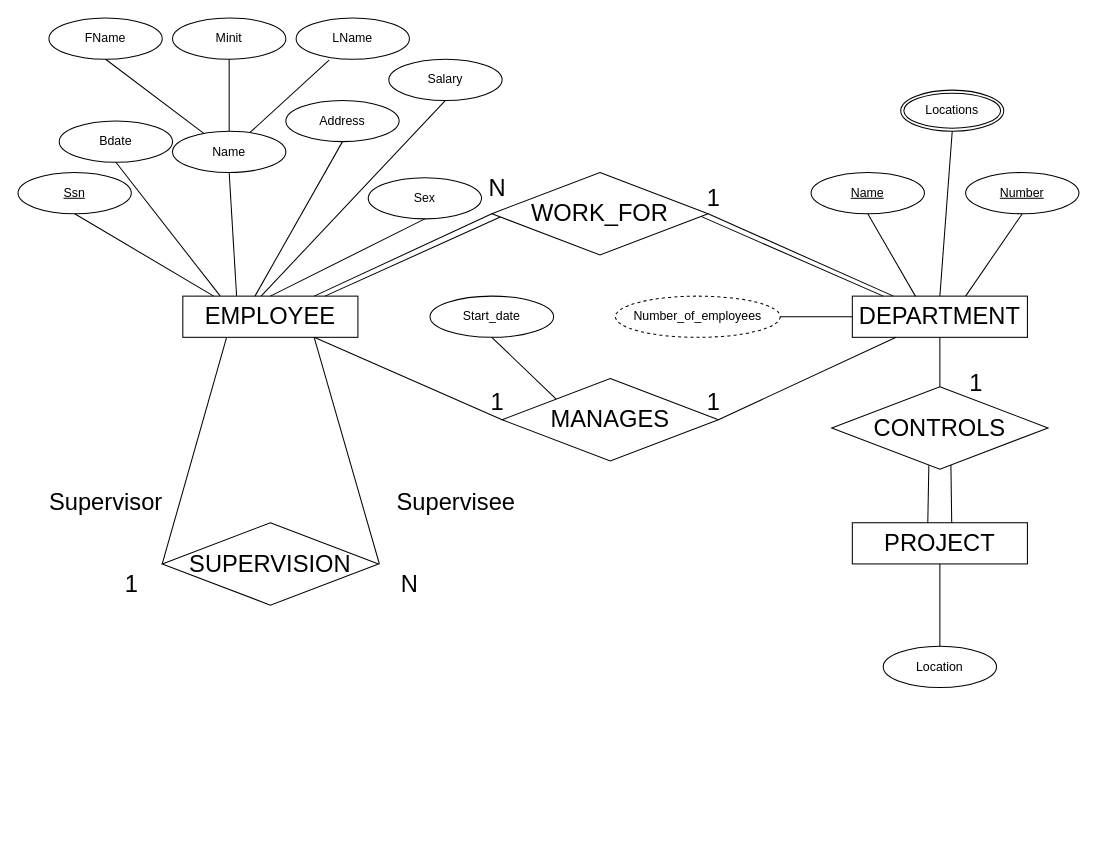
hoaikiet04/myproject2 keeps this draw.io diagram as company_db.drawio. Above is the earlier version. Source tidied: cells renumbered, new cells numbered last; positions are measured from the earlier drawing's top-left corner, leaving out a move shared by most shapes. Both pictures are drawn from the tidied source at 103%, with x=0, y=0 at pixel (18, 18).
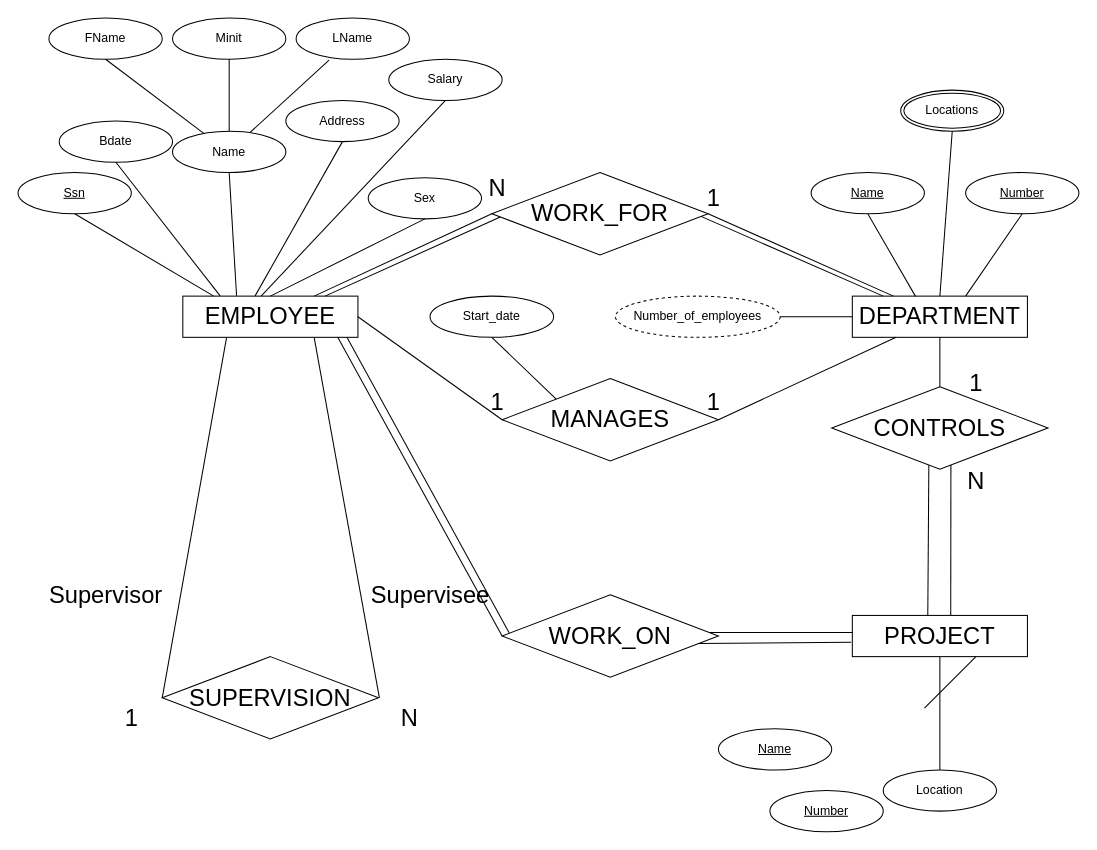
Above is the later version.

Commit message (it also covers changes not shown here):
Cập nhật company_db.drawio

The change refers to these unchanged cells:
```xml
<mxCell id="4" value="EMPLOYEE" style="rounded=0;whiteSpace=wrap;html=1;fontSize=23;" parent="1" vertex="1">
  <mxGeometry x="160" y="270" width="170" height="40" as="geometry" />
</mxCell>
<mxCell id="51" value="CONTROLS" style="rhombus;whiteSpace=wrap;html=1;fontSize=23;" parent="1" vertex="1">
  <mxGeometry x="790" y="358" width="210" height="80" as="geometry" />
</mxCell>
```

What changed in the source:
```diff
@@
-    <mxCell id="10" style="endArrow=none;html=1;rounded=0;exitX=0.75;exitY=1;exitDx=0;exitDy=0;" parent="1" edge="1" source="4">
+    <mxCell id="10" style="endArrow=none;html=1;rounded=0;exitX=1;exitY=0.5;exitDx=0;exitDy=0;" parent="1" edge="1" source="4">
       <mxGeometry relative="1" as="geometry">
         <mxPoint x="470" y="390" as="targetPoint" />
       </mxGeometry>
     </mxCell>
@@
     <mxCell id="38" value="SUPERVISION" style="rhombus;whiteSpace=wrap;html=1;fontSize=23;" parent="1" vertex="1">
-      <mxGeometry x="140" y="490" width="210" height="80" as="geometry" />
+      <mxGeometry x="140" y="620" width="210" height="80" as="geometry" />
     </mxCell>
@@
     <mxCell id="41" value="Supervisor" style="text;html=1;align=center;verticalAlign=middle;strokeColor=none;fillColor=none;fontSize=23;" parent="1" vertex="1">
-      <mxGeometry x="20" y="450" width="130" height="40" as="geometry" />
+      <mxGeometry x="20" y="540" width="130" height="40" as="geometry" />
     </mxCell>
     <mxCell id="42" value="Supervisee" style="text;html=1;align=center;verticalAlign=middle;strokeColor=none;fillColor=none;fontSize=23;" parent="1" vertex="1">
-      <mxGeometry x="355" y="450" width="140" height="40" as="geometry" />
+      <mxGeometry x="330" y="540" width="140" height="40" as="geometry" />
     </mxCell>
     <mxCell id="43" value="N" style="text;html=1;align=center;verticalAlign=middle;strokeColor=none;fillColor=none;fontSize=23;" parent="1" vertex="1">
-      <mxGeometry x="360" y="530" width="40" height="40" as="geometry" />
+      <mxGeometry x="360" y="660" width="40" height="40" as="geometry" />
     </mxCell>
     <mxCell id="44" value="1" style="text;html=1;align=center;verticalAlign=middle;strokeColor=none;fillColor=none;fontSize=23;" parent="1" vertex="1">
-      <mxGeometry x="90" y="530" width="40" height="40" as="geometry" />
+      <mxGeometry x="90" y="660" width="40" height="40" as="geometry" />
     </mxCell>
@@
     <mxCell id="54" value="PROJECT" style="rounded=0;whiteSpace=wrap;html=1;fontSize=23;" parent="1" vertex="1">
-      <mxGeometry x="810" y="490" width="170" height="40" as="geometry" />
+      <mxGeometry x="810" y="580" width="170" height="40" as="geometry" />
     </mxCell>
@@
-    <mxCell id="56" style="endArrow=none;html=1;rounded=0;entryX=0.551;entryY=0.949;entryDx=0;entryDy=0;entryPerimeter=0;exitX=0.438;exitY=-0.022;exitDx=0;exitDy=0;exitPerimeter=0;" parent="1" edge="1" target="51">
-      <mxGeometry relative="1" as="geometry">
-        <mxPoint x="906.5" y="490" as="sourcePoint" />
-      </mxGeometry>
+    <mxCell id="56" style="endArrow=none;html=1;rounded=0;entryX=0.551;entryY=0.949;entryDx=0;entryDy=0;entryPerimeter=0;exitX=0.562;exitY=-0.012;exitDx=0;exitDy=0;exitPerimeter=0;" parent="1" edge="1" source="54" target="51">
+      <mxGeometry relative="1" as="geometry" />
     </mxCell>
     <mxCell id="57" value="Location" style="ellipse;whiteSpace=wrap;html=1;" parent="1" vertex="1">
-      <mxGeometry x="840" y="610" width="110" height="40" as="geometry" />
+      <mxGeometry x="840" y="730" width="110" height="40" as="geometry" />
     </mxCell>
@@
+    <mxCell id="59" value="N" style="text;html=1;align=center;verticalAlign=middle;strokeColor=none;fillColor=none;fontSize=23;" parent="1" vertex="1">
+      <mxGeometry x="910" y="430" width="40" height="40" as="geometry" />
+    </mxCell>
+    <mxCell id="60" value="WORK_ON" style="rhombus;whiteSpace=wrap;html=1;fontSize=23;" parent="1" vertex="1">
+      <mxGeometry x="470" y="560" width="210" height="80" as="geometry" />
+    </mxCell>
+    <mxCell id="61" style="endArrow=none;html=1;rounded=0;entryX=0.001;entryY=0.415;entryDx=0;entryDy=0;exitX=0.959;exitY=0.457;exitDx=0;exitDy=0;exitPerimeter=0;entryPerimeter=0;" parent="1" edge="1" source="60" target="54">
+      <mxGeometry relative="1" as="geometry" />
+    </mxCell>
+    <mxCell id="62" style="endArrow=none;html=1;rounded=0;entryX=-0.007;entryY=0.649;entryDx=0;entryDy=0;exitX=0.905;exitY=0.592;exitDx=0;exitDy=0;exitPerimeter=0;entryPerimeter=0;" parent="1" edge="1" source="60" target="54">
+      <mxGeometry relative="1" as="geometry" />
+    </mxCell>
+    <mxCell id="63" style="endArrow=none;html=1;rounded=0;exitX=0.938;exitY=1.003;exitDx=0;exitDy=0;entryX=0.033;entryY=0.464;entryDx=0;entryDy=0;entryPerimeter=0;exitPerimeter=0;" parent="1" edge="1" source="4" target="60">
+      <mxGeometry relative="1" as="geometry" />
+    </mxCell>
+    <mxCell id="64" style="endArrow=none;html=1;rounded=0;entryX=0;entryY=0.5;entryDx=0;entryDy=0;exitX=0.884;exitY=0.994;exitDx=0;exitDy=0;exitPerimeter=0;" parent="1" edge="1" source="4" target="60">
+      <mxGeometry relative="1" as="geometry" />
+    </mxCell>
+    <mxCell id="65" value="&lt;u&gt;Number&lt;/u&gt;" style="ellipse;whiteSpace=wrap;html=1;" parent="1" vertex="1">
+      <mxGeometry x="730" y="750" width="110" height="40" as="geometry" />
+    </mxCell>
+    <mxCell id="66" value="&lt;u&gt;Name&lt;/u&gt;" style="ellipse;whiteSpace=wrap;html=1;" parent="1" vertex="1">
+      <mxGeometry x="680" y="690" width="110" height="40" as="geometry" />
+    </mxCell>
+    <mxCell id="67" style="endArrow=none;html=1;rounded=0;" parent="1" edge="1">
+      <mxGeometry relative="1" as="geometry">
+        <mxPoint x="880" y="670" as="sourcePoint" />
+        <mxPoint x="930" y="620" as="targetPoint" />
+      </mxGeometry>
+    </mxCell>
```
